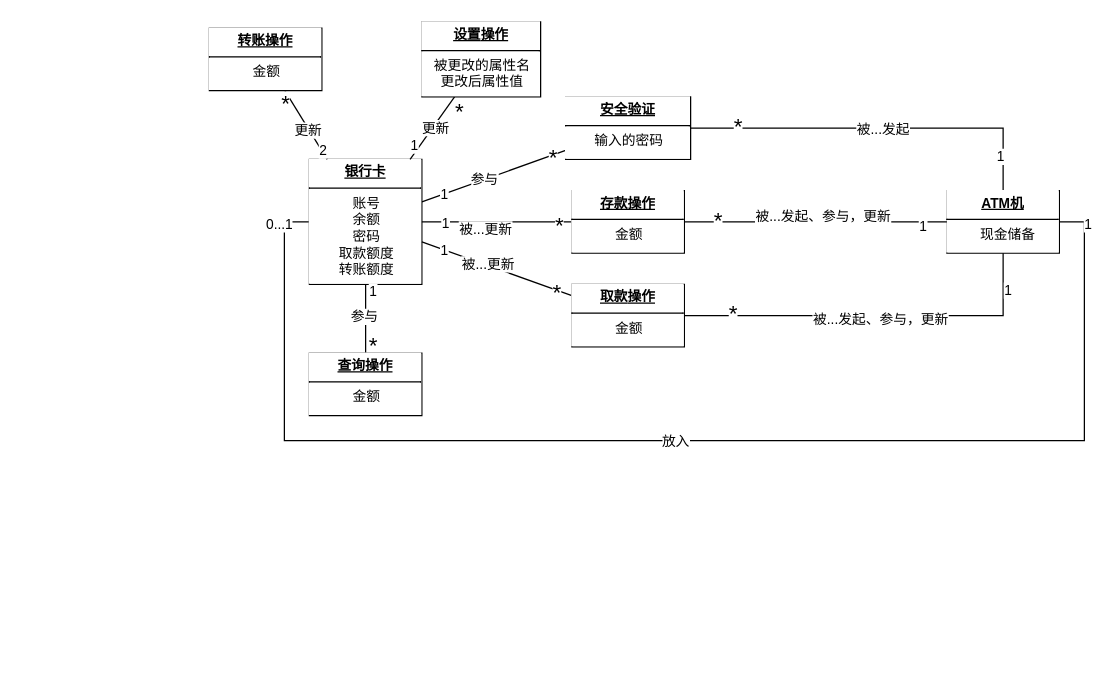
Earlier version of the draw.io diagram page "第 2 页" (2 of 2) of hw5/src/pic/Analysis.drawio (MojoisMojo/nju_-se2). Source tidied: cells renumbered, new cells numbered last; positions are measured from the earlier drawing's top-left corner, leaving out a move shared by most shapes. Both pictures are drawn from the tidied source at 125%, with x=0, y=0 at pixel (209, 21).
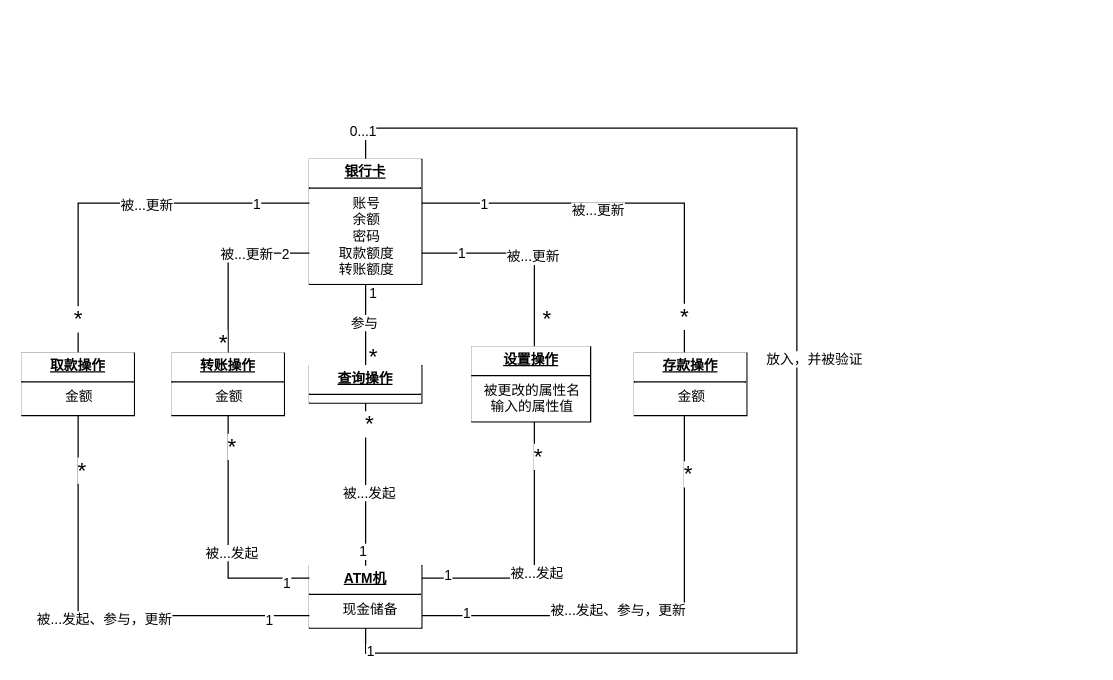
Above is the later version.

The change refers to these unchanged cells:
```xml
<mxCell id="15" value="&lt;p style=&quot;margin: 4px 0px 0px; text-decoration: underline;&quot;&gt;&lt;b&gt;银行卡&lt;/b&gt;&lt;/p&gt;&lt;hr size=&quot;1&quot; style=&quot;text-align: left; border-style: solid;&quot;&gt;&lt;p style=&quot;margin: 0px 0px 0px 8px;&quot;&gt;账号&amp;nbsp;&amp;nbsp;&lt;/p&gt;&lt;p style=&quot;margin: 0px 0px 0px 8px;&quot;&gt;&lt;span style=&quot;&quot;&gt;余额&amp;nbsp;&amp;nbsp;&lt;/span&gt;&lt;/p&gt;&lt;p style=&quot;margin: 0px 0px 0px 8px;&quot;&gt;&lt;span style=&quot;&quot;&gt;密码&amp;nbsp;&amp;nbsp;&lt;/span&gt;&lt;/p&gt;&lt;p style=&quot;margin: 0px 0px 0px 8px;&quot;&gt;&lt;span style=&quot;&quot;&gt;取款额度&amp;nbsp;&amp;nbsp;&lt;br&gt;&lt;/span&gt;&lt;/p&gt;&lt;p style=&quot;margin: 0px 0px 0px 8px;&quot;&gt;&lt;span style=&quot;&quot;&gt;转账额度&amp;nbsp;&amp;nbsp;&lt;/span&gt;&lt;/p&gt;" style="verticalAlign=top;align=center;overflow=fill;html=1;whiteSpace=wrap;fontFamily=Helvetica;fontSize=11;fontColor=default;labelBackgroundColor=default;" parent="1" vertex="1">
  <mxGeometry x="80" y="110" width="90" height="100" as="geometry" />
</mxCell>
```

What changed in the source:
```diff
@@
-    <mxCell id="2" style="edgeStyle=none;rounded=0;jettySize=auto;html=1;strokeColor=default;align=center;verticalAlign=middle;fontFamily=Helvetica;fontSize=11;fontColor=default;labelBackgroundColor=default;endArrow=none;endFill=0;" parent="1" edge="1" source="15" target="16">
-      <mxGeometry relative="1" as="geometry" />
-    </mxCell>
-    <mxCell id="3" value="参与" style="edgeLabel;html=1;align=center;verticalAlign=middle;fontFamily=Helvetica;fontSize=11;fontColor=default;labelBackgroundColor=default;" parent="2" vertex="1">
-      <mxGeometry x="-0.14" y="1" relative="1" as="geometry" />
-    </mxCell>
-    <mxCell id="4" value="&lt;font style=&quot;font-size: 18px;&quot;&gt;*&lt;/font&gt;" style="edgeLabel;html=1;align=center;verticalAlign=middle;fontFamily=Helvetica;fontSize=11;fontColor=default;labelBackgroundColor=default;" parent="2" vertex="1">
-      <mxGeometry x="0.81" y="-1" relative="1" as="geometry">
-        <mxPoint y="1" as="offset" />
-      </mxGeometry>
-    </mxCell>
-    <mxCell id="5" value="1" style="edgeLabel;html=1;align=center;verticalAlign=middle;fontFamily=Helvetica;fontSize=11;fontColor=default;labelBackgroundColor=default;" parent="2" vertex="1">
-      <mxGeometry x="-0.71" relative="1" as="geometry">
-        <mxPoint x="1" as="offset" />
-      </mxGeometry>
-    </mxCell>
-    <mxCell id="6" style="edgeStyle=orthogonalEdgeStyle;rounded=0;jettySize=auto;html=1;strokeColor=default;align=center;verticalAlign=middle;fontFamily=Helvetica;fontSize=11;fontColor=default;labelBackgroundColor=default;endArrow=none;endFill=0;" parent="1" edge="1" source="10" target="16">
-      <mxGeometry relative="1" as="geometry">
-        <Array as="points">
-          <mxPoint x="635" y="85" />
-        </Array>
-      </mxGeometry>
-    </mxCell>
-    <mxCell id="7" value="被...发起" style="edgeLabel;html=1;align=center;verticalAlign=middle;fontFamily=Helvetica;fontSize=11;fontColor=default;labelBackgroundColor=default;" parent="6" vertex="1">
-      <mxGeometry x="-0.17" relative="1" as="geometry">
-        <mxPoint x="-22" as="offset" />
-      </mxGeometry>
-    </mxCell>
-    <mxCell id="8" value="1" style="edgeLabel;html=1;align=center;verticalAlign=middle;fontFamily=Helvetica;fontSize=11;fontColor=default;labelBackgroundColor=default;" parent="6" vertex="1">
-      <mxGeometry x="-0.81" y="3" relative="1" as="geometry" />
-    </mxCell>
-    <mxCell id="9" value="&lt;font style=&quot;font-size: 18px;&quot;&gt;*&lt;/font&gt;" style="edgeLabel;html=1;align=center;verticalAlign=middle;fontFamily=Helvetica;fontSize=11;fontColor=default;labelBackgroundColor=default;" parent="6" vertex="1">
-      <mxGeometry x="0.75" y="-2" relative="1" as="geometry" />
-    </mxCell>
     <mxCell id="10" value="&lt;p style=&quot;margin: 4px 0px 0px; text-decoration: underline;&quot;&gt;&lt;b&gt;ATM机&lt;/b&gt;&lt;/p&gt;&lt;hr size=&quot;1&quot; style=&quot;text-align: left; border-style: solid;&quot;&gt;&lt;p style=&quot;margin: 0px 0px 0px 8px;&quot;&gt;现金储备&lt;br&gt;&lt;/p&gt;" style="verticalAlign=top;align=center;overflow=fill;html=1;whiteSpace=wrap;fontFamily=Helvetica;fontSize=11;fontColor=default;labelBackgroundColor=default;" parent="1" vertex="1">
-      <mxGeometry x="590" y="135" width="90" height="50" as="geometry" />
+      <mxGeometry x="80" y="435" width="90" height="50" as="geometry" />
     </mxCell>
     <mxCell id="11" style="edgeStyle=orthogonalEdgeStyle;rounded=0;jettySize=auto;html=1;strokeColor=default;align=center;verticalAlign=middle;fontFamily=Helvetica;fontSize=11;fontColor=default;labelBackgroundColor=default;endArrow=none;endFill=0;" parent="1" edge="1" source="15" target="10">
       <mxGeometry relative="1" as="geometry">
         <Array as="points">
-          <mxPoint x="60" y="160" />
-          <mxPoint x="60" y="335" />
-          <mxPoint x="700" y="335" />
-          <mxPoint x="700" y="160" />
+          <mxPoint x="125" y="85" />
+          <mxPoint x="470" y="85" />
+          <mxPoint x="470" y="505" />
+          <mxPoint x="125" y="505" />
         </Array>
       </mxGeometry>
     </mxCell>
-    <mxCell id="12" value="放入" style="edgeLabel;html=1;align=center;verticalAlign=middle;fontFamily=Helvetica;fontSize=11;fontColor=default;labelBackgroundColor=default;" parent="11" vertex="1">
+    <mxCell id="12" value="放入，并被验证" style="edgeLabel;html=1;align=center;verticalAlign=middle;fontFamily=Helvetica;fontSize=11;fontColor=default;labelBackgroundColor=default;" parent="11" vertex="1">
       <mxGeometry x="-0.04" relative="1" as="geometry">
         <mxPoint x="13" as="offset" />
       </mxGeometry>
     </mxCell>
@@
-    <mxCell id="16" value="&lt;p style=&quot;text-decoration-line: underline; margin: 4px 0px 0px;&quot;&gt;&lt;b&gt;安全验证&lt;/b&gt;&lt;/p&gt;&lt;hr style=&quot;text-align: left; border-style: solid;&quot; size=&quot;1&quot;&gt;&lt;p style=&quot;margin: 0px 0px 0px 8px;&quot;&gt;输入的密码&amp;nbsp;&amp;nbsp;&lt;/p&gt;" style="verticalAlign=top;align=center;overflow=fill;html=1;whiteSpace=wrap;fontFamily=Helvetica;fontSize=11;fontColor=default;labelBackgroundColor=default;" parent="1" vertex="1">
-      <mxGeometry x="285" y="60" width="100" height="50" as="geometry" />
-    </mxCell>
-    <mxCell id="17" style="edgeStyle=none;rounded=0;jettySize=auto;html=1;strokeColor=default;align=center;verticalAlign=middle;fontFamily=Helvetica;fontSize=11;fontColor=default;labelBackgroundColor=default;endArrow=none;endFill=0;" parent="1" edge="1" source="15" target="25">
-      <mxGeometry relative="1" as="geometry" />
+    <mxCell id="17" style="edgeStyle=orthogonalEdgeStyle;rounded=0;jettySize=auto;html=1;strokeColor=default;align=center;verticalAlign=middle;fontFamily=Helvetica;fontSize=11;fontColor=default;labelBackgroundColor=default;endArrow=none;endFill=0;" parent="1" edge="1" source="15" target="25">
+      <mxGeometry relative="1" as="geometry">
+        <Array as="points">
+          <mxPoint x="380" y="145" />
+        </Array>
+      </mxGeometry>
     </mxCell>
@@
-    <mxCell id="21" style="edgeStyle=none;rounded=0;jettySize=auto;html=1;strokeColor=default;align=center;verticalAlign=middle;fontFamily=Helvetica;fontSize=11;fontColor=default;labelBackgroundColor=default;endArrow=none;endFill=0;" parent="1" edge="1" source="10" target="25">
-      <mxGeometry relative="1" as="geometry" />
+    <mxCell id="21" style="edgeStyle=orthogonalEdgeStyle;rounded=0;jettySize=auto;html=1;strokeColor=default;align=center;verticalAlign=middle;fontFamily=Helvetica;fontSize=11;fontColor=default;labelBackgroundColor=default;endArrow=none;endFill=0;" parent="1" edge="1" source="10" target="25">
+      <mxGeometry relative="1" as="geometry">
+        <Array as="points">
+          <mxPoint x="380" y="475" />
+        </Array>
+      </mxGeometry>
     </mxCell>
     <mxCell id="22" value="被...发起、参与，更新" style="edgeLabel;html=1;align=center;verticalAlign=middle;fontFamily=Helvetica;fontSize=11;fontColor=default;labelBackgroundColor=default;" parent="21" vertex="1">
       <mxGeometry x="-0.17" relative="1" as="geometry">
-        <mxPoint x="-13" y="-5" as="offset" />
+        <mxPoint x="2" y="-5" as="offset" />
       </mxGeometry>
     </mxCell>
@@
     <mxCell id="25" value="&lt;p style=&quot;text-decoration-line: underline; margin: 4px 0px 0px;&quot;&gt;&lt;b&gt;存款操作&lt;/b&gt;&lt;/p&gt;&lt;hr style=&quot;text-align: left; border-style: solid;&quot; size=&quot;1&quot;&gt;&lt;p style=&quot;margin: 0px 0px 0px 8px;&quot;&gt;金额&amp;nbsp;&amp;nbsp;&lt;/p&gt;" style="verticalAlign=top;align=center;overflow=fill;html=1;whiteSpace=wrap;fontFamily=Helvetica;fontSize=11;fontColor=default;labelBackgroundColor=default;" parent="1" vertex="1">
-      <mxGeometry x="290" y="135" width="90" height="50" as="geometry" />
+      <mxGeometry x="340" y="265" width="90" height="50" as="geometry" />
     </mxCell>
-    <mxCell id="26" style="rounded=0;jettySize=auto;html=1;strokeColor=default;align=center;verticalAlign=middle;fontFamily=Helvetica;fontSize=11;fontColor=default;labelBackgroundColor=default;endArrow=none;endFill=0;elbow=vertical;" parent="1" edge="1" source="15" target="34">
-      <mxGeometry relative="1" as="geometry" />
+    <mxCell id="26" style="rounded=0;jettySize=auto;html=1;strokeColor=default;align=center;verticalAlign=middle;fontFamily=Helvetica;fontSize=11;fontColor=default;labelBackgroundColor=default;endArrow=none;endFill=0;elbow=vertical;edgeStyle=orthogonalEdgeStyle;" parent="1" edge="1" source="15" target="34">
+      <mxGeometry relative="1" as="geometry">
+        <Array as="points">
+          <mxPoint x="-105" y="145" />
+        </Array>
+      </mxGeometry>
     </mxCell>
@@
-    <mxCell id="30" style="edgeStyle=orthogonalEdgeStyle;rounded=0;jettySize=auto;html=1;strokeColor=default;align=center;verticalAlign=middle;fontFamily=Helvetica;fontSize=11;fontColor=default;labelBackgroundColor=default;endArrow=none;endFill=0;" parent="1" edge="1" source="10" target="34">
+    <mxCell id="30" style="rounded=0;jettySize=auto;html=1;strokeColor=default;align=center;verticalAlign=middle;fontFamily=Helvetica;fontSize=11;fontColor=default;labelBackgroundColor=default;endArrow=none;endFill=0;edgeStyle=orthogonalEdgeStyle;" parent="1" edge="1" source="10" target="34">
       <mxGeometry relative="1" as="geometry">
         <Array as="points">
-          <mxPoint x="635" y="235" />
+          <mxPoint x="-105" y="475" />
         </Array>
       </mxGeometry>
     </mxCell>
@@
     <mxCell id="34" value="&lt;p style=&quot;text-decoration-line: underline; margin: 4px 0px 0px;&quot;&gt;&lt;b&gt;取款&lt;/b&gt;&lt;b&gt;操作&lt;br&gt;&lt;/b&gt;&lt;/p&gt;&lt;hr style=&quot;text-align: left; border-style: solid;&quot; size=&quot;1&quot;&gt;&lt;p style=&quot;margin: 0px 0px 0px 8px;&quot;&gt;金额&amp;nbsp;&amp;nbsp;&lt;/p&gt;" style="verticalAlign=top;align=center;overflow=fill;html=1;whiteSpace=wrap;fontFamily=Helvetica;fontSize=11;fontColor=default;labelBackgroundColor=default;" parent="1" vertex="1">
-      <mxGeometry x="290" y="210" width="90" height="50" as="geometry" />
+      <mxGeometry x="-150" y="265" width="90" height="50" as="geometry" />
     </mxCell>
-    <mxCell id="35" style="rounded=0;jettySize=auto;html=1;strokeColor=default;align=center;verticalAlign=middle;fontFamily=Helvetica;fontSize=11;fontColor=default;labelBackgroundColor=default;endArrow=none;endFill=0;" parent="1" edge="1" source="15" target="39">
-      <mxGeometry relative="1" as="geometry" />
+    <mxCell id="35" style="rounded=0;jettySize=auto;html=1;strokeColor=default;align=center;verticalAlign=middle;fontFamily=Helvetica;fontSize=11;fontColor=default;labelBackgroundColor=default;endArrow=none;endFill=0;edgeStyle=orthogonalEdgeStyle;" parent="1" edge="1" source="15" target="39">
+      <mxGeometry relative="1" as="geometry">
+        <Array as="points">
+          <mxPoint x="15" y="185" />
+        </Array>
+      </mxGeometry>
     </mxCell>
@@
-    <mxCell id="37" value="更新" style="edgeLabel;html=1;align=center;verticalAlign=middle;fontFamily=Helvetica;fontSize=11;fontColor=default;labelBackgroundColor=default;" parent="35" vertex="1">
-      <mxGeometry x="-0.14" y="1" relative="1" as="geometry" />
+    <mxCell id="37" value="被...更新" style="edgeLabel;html=1;align=center;verticalAlign=middle;fontFamily=Helvetica;fontSize=11;fontColor=default;labelBackgroundColor=default;" parent="35" vertex="1">
+      <mxGeometry x="-0.14" y="1" relative="1" as="geometry">
+        <mxPoint x="11" y="-1" as="offset" />
+      </mxGeometry>
     </mxCell>
@@
     <mxCell id="39" value="&lt;p style=&quot;text-decoration-line: underline; margin: 4px 0px 0px;&quot;&gt;&lt;b&gt;转账&lt;/b&gt;&lt;b&gt;操作&lt;/b&gt;&lt;/p&gt;&lt;hr style=&quot;text-align: left; border-style: solid;&quot; size=&quot;1&quot;&gt;&lt;p style=&quot;margin: 0px 0px 0px 8px;&quot;&gt;金额&amp;nbsp;&amp;nbsp;&lt;/p&gt;" style="verticalAlign=top;align=center;overflow=fill;html=1;whiteSpace=wrap;fontFamily=Helvetica;fontSize=11;fontColor=default;labelBackgroundColor=default;" parent="1" vertex="1">
-      <mxGeometry y="5" width="90" height="50" as="geometry" />
+      <mxGeometry x="-30" y="265" width="90" height="50" as="geometry" />
     </mxCell>
-    <mxCell id="40" style="edgeStyle=none;rounded=0;jettySize=auto;html=1;strokeColor=default;align=center;verticalAlign=middle;fontFamily=Helvetica;fontSize=11;fontColor=default;labelBackgroundColor=default;endArrow=none;endFill=0;" parent="1" edge="1" source="44" target="15">
-      <mxGeometry relative="1" as="geometry" />
+    <mxCell id="40" style="edgeStyle=orthogonalEdgeStyle;rounded=0;jettySize=auto;html=1;strokeColor=default;align=center;verticalAlign=middle;fontFamily=Helvetica;fontSize=11;fontColor=default;labelBackgroundColor=default;endArrow=none;endFill=0;" parent="1" edge="1" source="44" target="15">
+      <mxGeometry relative="1" as="geometry">
+        <Array as="points">
+          <mxPoint x="260" y="185" />
+        </Array>
+      </mxGeometry>
     </mxCell>
@@
-    <mxCell id="43" value="更新" style="edgeLabel;html=1;align=center;verticalAlign=middle;fontFamily=Helvetica;fontSize=11;fontColor=default;labelBackgroundColor=default;" parent="40" vertex="1">
+    <mxCell id="43" value="被...更新" style="edgeLabel;html=1;align=center;verticalAlign=middle;fontFamily=Helvetica;fontSize=11;fontColor=default;labelBackgroundColor=default;" parent="40" vertex="1">
       <mxGeometry x="-0.07" relative="1" as="geometry">
-        <mxPoint x="1" y="1" as="offset" />
+        <mxPoint y="2" as="offset" />
       </mxGeometry>
     </mxCell>
-    <mxCell id="44" value="&lt;p style=&quot;text-decoration-line: underline; margin: 4px 0px 0px;&quot;&gt;&lt;b&gt;设置&lt;/b&gt;&lt;b&gt;操作&lt;/b&gt;&lt;/p&gt;&lt;hr style=&quot;text-align: left; border-style: solid;&quot; size=&quot;1&quot;&gt;&lt;p style=&quot;margin: 0px 0px 0px 8px;&quot;&gt;被更改的属性名&amp;nbsp;&amp;nbsp;&lt;/p&gt;&lt;p style=&quot;margin: 0px 0px 0px 8px;&quot;&gt;更改后属性值&amp;nbsp;&amp;nbsp;&lt;/p&gt;" style="verticalAlign=top;align=center;overflow=fill;html=1;whiteSpace=wrap;fontFamily=Helvetica;fontSize=11;fontColor=default;labelBackgroundColor=default;" parent="1" vertex="1">
-      <mxGeometry x="170" width="95" height="60" as="geometry" />
+    <mxCell id="44" value="&lt;p style=&quot;text-decoration-line: underline; margin: 4px 0px 0px;&quot;&gt;&lt;b&gt;设置&lt;/b&gt;&lt;b&gt;操作&lt;/b&gt;&lt;/p&gt;&lt;hr style=&quot;text-align: left; border-style: solid;&quot; size=&quot;1&quot;&gt;&lt;p style=&quot;margin: 0px 0px 0px 8px;&quot;&gt;被更改的属性名&amp;nbsp;&amp;nbsp;&lt;/p&gt;&lt;p style=&quot;margin: 0px 0px 0px 8px;&quot;&gt;输入的属性值&amp;nbsp;&amp;nbsp;&lt;/p&gt;" style="verticalAlign=top;align=center;overflow=fill;html=1;whiteSpace=wrap;fontFamily=Helvetica;fontSize=11;fontColor=default;labelBackgroundColor=default;" parent="1" vertex="1">
+      <mxGeometry x="210" y="260" width="95" height="60" as="geometry" />
     </mxCell>
@@
-    <mxCell id="49" value="&lt;p style=&quot;text-decoration-line: underline; margin: 4px 0px 0px;&quot;&gt;&lt;b&gt;查询操作&lt;/b&gt;&lt;/p&gt;&lt;hr style=&quot;text-align: left; border-style: solid;&quot; size=&quot;1&quot;&gt;&lt;p style=&quot;margin: 0px 0px 0px 8px;&quot;&gt;金额&amp;nbsp;&amp;nbsp;&lt;/p&gt;" style="verticalAlign=top;align=center;overflow=fill;html=1;whiteSpace=wrap;fontFamily=Helvetica;fontSize=11;fontColor=default;labelBackgroundColor=default;" parent="1" vertex="1">
-      <mxGeometry x="80" y="265" width="90" height="50" as="geometry" />
+    <mxCell id="49" value="&lt;p style=&quot;text-decoration-line: underline; margin: 4px 0px 0px;&quot;&gt;&lt;b&gt;查询操作&lt;/b&gt;&lt;/p&gt;&lt;hr style=&quot;text-align: left; border-style: solid;&quot; size=&quot;1&quot;&gt;&lt;p style=&quot;margin: 0px 0px 0px 8px;&quot;&gt;&amp;nbsp;&lt;/p&gt;" style="verticalAlign=top;align=center;overflow=fill;html=1;whiteSpace=wrap;fontFamily=Helvetica;fontSize=11;fontColor=default;labelBackgroundColor=default;" parent="1" vertex="1">
+      <mxGeometry x="80" y="275" width="90" height="30" as="geometry" />
     </mxCell>
+    <mxCell id="50" style="edgeStyle=none;rounded=0;jettySize=auto;html=1;strokeColor=default;align=center;verticalAlign=middle;fontFamily=Helvetica;fontSize=11;fontColor=default;labelBackgroundColor=default;endArrow=none;endFill=0;" parent="1" edge="1" source="10" target="49">
+      <mxGeometry relative="1" as="geometry" />
+    </mxCell>
+    <mxCell id="51" value="被...发起" style="edgeLabel;html=1;align=center;verticalAlign=middle;fontFamily=Helvetica;fontSize=11;fontColor=default;labelBackgroundColor=default;" parent="50" vertex="1">
+      <mxGeometry x="-0.17" relative="1" as="geometry">
+        <mxPoint x="2" y="-5" as="offset" />
+      </mxGeometry>
+    </mxCell>
+    <mxCell id="52" value="1" style="edgeLabel;html=1;align=center;verticalAlign=middle;fontFamily=Helvetica;fontSize=11;fontColor=default;labelBackgroundColor=default;" parent="50" vertex="1">
+      <mxGeometry x="-0.81" y="3" relative="1" as="geometry" />
+    </mxCell>
+    <mxCell id="53" value="&lt;font style=&quot;font-size: 18px;&quot;&gt;*&lt;/font&gt;" style="edgeLabel;html=1;align=center;verticalAlign=middle;fontFamily=Helvetica;fontSize=11;fontColor=default;labelBackgroundColor=default;" parent="50" vertex="1">
+      <mxGeometry x="0.75" y="-2" relative="1" as="geometry" />
+    </mxCell>
+    <mxCell id="54" style="edgeStyle=orthogonalEdgeStyle;rounded=0;jettySize=auto;html=1;strokeColor=default;align=center;verticalAlign=middle;fontFamily=Helvetica;fontSize=11;fontColor=default;labelBackgroundColor=default;endArrow=none;endFill=0;" parent="1" edge="1" source="10" target="44">
+      <mxGeometry relative="1" as="geometry">
+        <Array as="points">
+          <mxPoint x="260" y="445" />
+        </Array>
+      </mxGeometry>
+    </mxCell>
+    <mxCell id="55" value="被...发起" style="edgeLabel;html=1;align=center;verticalAlign=middle;fontFamily=Helvetica;fontSize=11;fontColor=default;labelBackgroundColor=default;" parent="54" vertex="1">
+      <mxGeometry x="-0.17" relative="1" as="geometry">
+        <mxPoint x="2" y="-5" as="offset" />
+      </mxGeometry>
+    </mxCell>
+    <mxCell id="56" value="1" style="edgeLabel;html=1;align=center;verticalAlign=middle;fontFamily=Helvetica;fontSize=11;fontColor=default;labelBackgroundColor=default;" parent="54" vertex="1">
+      <mxGeometry x="-0.81" y="3" relative="1" as="geometry" />
+    </mxCell>
+    <mxCell id="57" value="&lt;font style=&quot;font-size: 18px;&quot;&gt;*&lt;/font&gt;" style="edgeLabel;html=1;align=center;verticalAlign=middle;fontFamily=Helvetica;fontSize=11;fontColor=default;labelBackgroundColor=default;" parent="54" vertex="1">
+      <mxGeometry x="0.75" y="-2" relative="1" as="geometry" />
+    </mxCell>
+    <mxCell id="58" style="edgeStyle=orthogonalEdgeStyle;rounded=0;jettySize=auto;html=1;strokeColor=default;align=center;verticalAlign=middle;fontFamily=Helvetica;fontSize=11;fontColor=default;labelBackgroundColor=default;endArrow=none;endFill=0;" parent="1" edge="1" source="10" target="39">
+      <mxGeometry relative="1" as="geometry">
+        <Array as="points">
+          <mxPoint x="15" y="445" />
+        </Array>
+      </mxGeometry>
+    </mxCell>
+    <mxCell id="59" value="被...发起" style="edgeLabel;html=1;align=center;verticalAlign=middle;fontFamily=Helvetica;fontSize=11;fontColor=default;labelBackgroundColor=default;" parent="58" vertex="1">
+      <mxGeometry x="-0.17" relative="1" as="geometry">
+        <mxPoint x="2" y="-5" as="offset" />
+      </mxGeometry>
+    </mxCell>
+    <mxCell id="60" value="1" style="edgeLabel;html=1;align=center;verticalAlign=middle;fontFamily=Helvetica;fontSize=11;fontColor=default;labelBackgroundColor=default;" parent="58" vertex="1">
+      <mxGeometry x="-0.81" y="3" relative="1" as="geometry" />
+    </mxCell>
+    <mxCell id="61" value="&lt;font style=&quot;font-size: 18px;&quot;&gt;*&lt;/font&gt;" style="edgeLabel;html=1;align=center;verticalAlign=middle;fontFamily=Helvetica;fontSize=11;fontColor=default;labelBackgroundColor=default;" parent="58" vertex="1">
+      <mxGeometry x="0.75" y="-2" relative="1" as="geometry" />
+    </mxCell>
```
